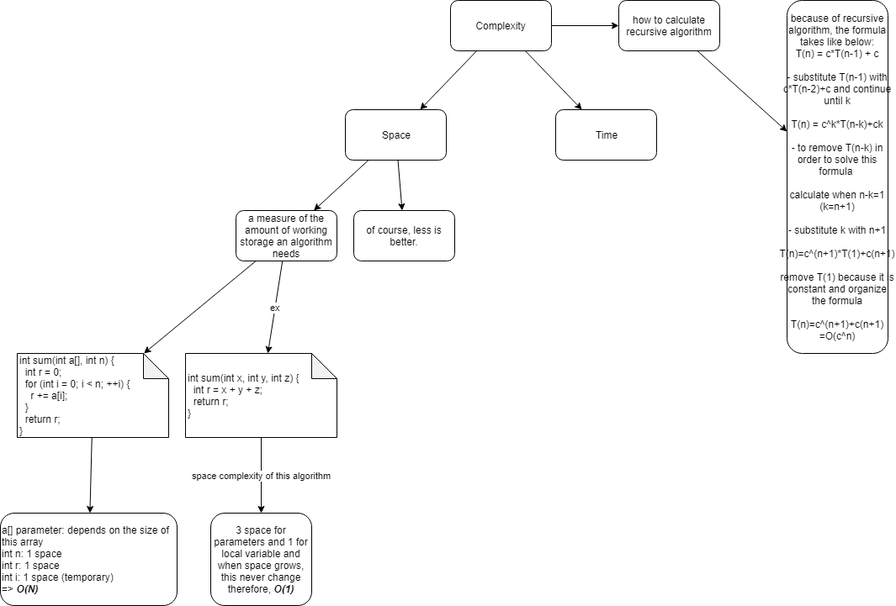
This is Time_Space_Complexity.PNG from stsiwo/data_structures_and_algorithm, a draw.io export, as it was before one commit. Source tidied: cells renumbered, new cells last; positions are measured from the earlier drawing's top-left corner, leaving out a move shared by most shapes.
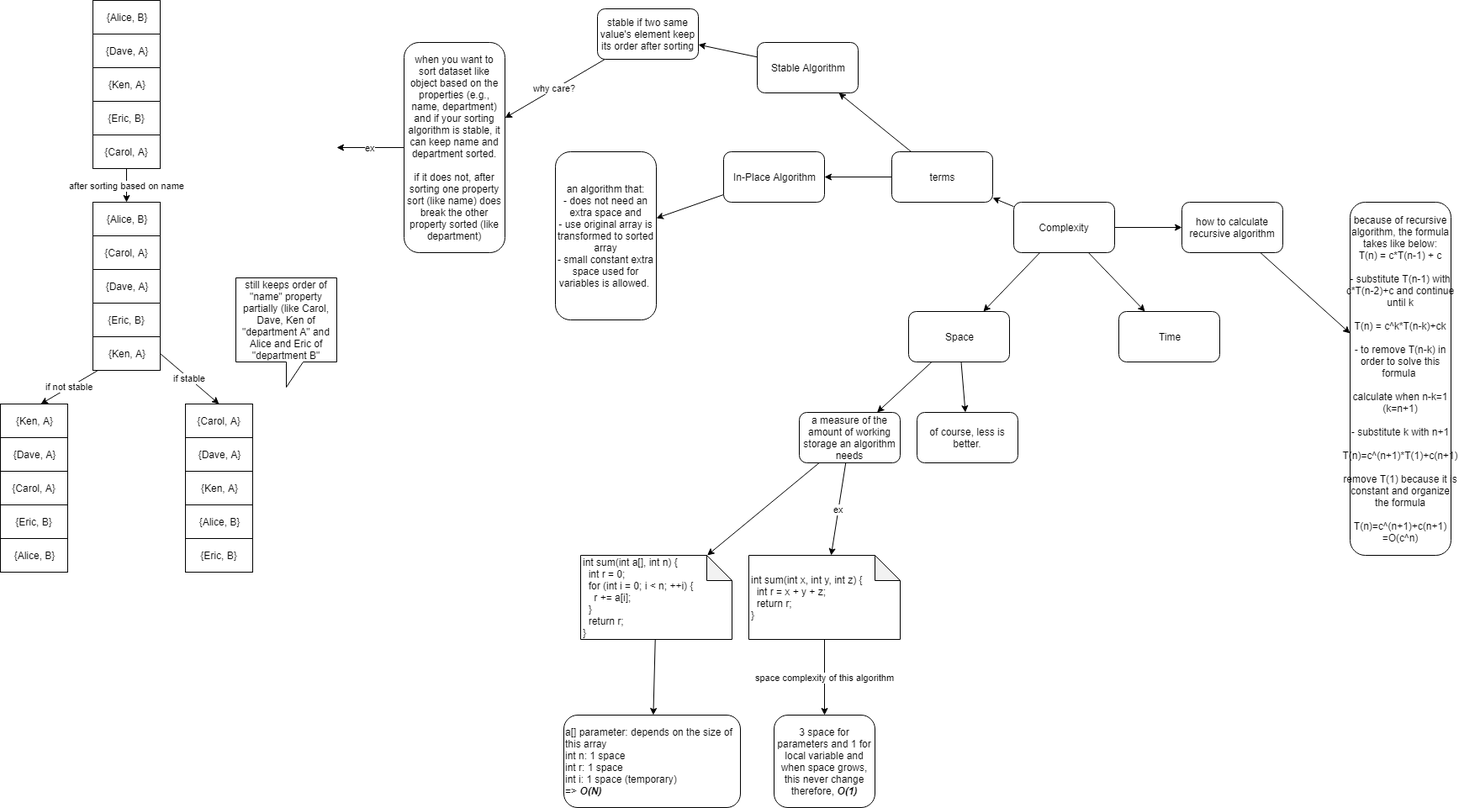
The same diagram one commit later.

What changed in the source:
```diff
@@ -11,9 +11,50 @@
     <mxCell id="4" style="edgeStyle=none;rounded=0;jettySize=auto;html=1;" parent="1" edge="1" source="5" target="7">
       <mxGeometry relative="1" as="geometry" />
     </mxCell>
+    <mxCell id="23" style="edgeStyle=none;rounded=0;jettySize=auto;html=1;" parent="1" edge="1" source="5" target="26">
+      <mxGeometry relative="1" as="geometry" />
+    </mxCell>
     <mxCell id="5" value="Complexity" style="rounded=1;whiteSpace=wrap;html=1;" parent="1" vertex="1">
       <mxGeometry x="535" width="120" height="60" as="geometry" />
     </mxCell>
+    <mxCell id="24" style="edgeStyle=none;rounded=0;jettySize=auto;html=1;" parent="1" edge="1" source="26" target="34">
+      <mxGeometry relative="1" as="geometry" />
+    </mxCell>
+    <mxCell id="25" style="edgeStyle=none;rounded=0;jettySize=auto;html=1;" parent="1" edge="1" source="26" target="28">
+      <mxGeometry relative="1" as="geometry" />
+    </mxCell>
+    <mxCell id="26" value="terms" style="rounded=1;whiteSpace=wrap;html=1;" parent="1" vertex="1">
+      <mxGeometry x="390" y="-60" width="120" height="60" as="geometry" />
+    </mxCell>
+    <mxCell id="27" style="edgeStyle=none;rounded=0;jettySize=auto;html=1;" parent="1" edge="1" source="28" target="30">
+      <mxGeometry relative="1" as="geometry" />
+    </mxCell>
+    <mxCell id="28" value="Stable Algorithm" style="rounded=1;whiteSpace=wrap;html=1;" parent="1" vertex="1">
+      <mxGeometry x="230" y="-190" width="120" height="60" as="geometry" />
+    </mxCell>
+    <mxCell id="29" value="why care?" style="edgeStyle=none;rounded=0;jettySize=auto;html=1;" parent="1" edge="1" source="30" target="32">
+      <mxGeometry relative="1" as="geometry" />
+    </mxCell>
+    <mxCell id="30" value="stable if two same value's element keep its order after sorting" style="rounded=1;whiteSpace=wrap;html=1;" parent="1" vertex="1">
+      <mxGeometry x="40" y="-230" width="120" height="60" as="geometry" />
+    </mxCell>
+    <mxCell id="31" value="ex" style="edgeStyle=none;rounded=0;jettySize=auto;html=1;" parent="1" edge="1" source="32">
+      <mxGeometry relative="1" as="geometry">
+        <mxPoint x="-270" y="-65" as="targetPoint" />
+      </mxGeometry>
+    </mxCell>
+    <mxCell id="32" value="when you want to sort dataset like object based on the properties (e.g., name, department) and if your sorting algorithm is stable, it can keep name and department sorted.&lt;br&gt;&lt;br&gt;if it does not, after sorting one property sort (like name) does break the other property sorted (like department)" style="rounded=1;whiteSpace=wrap;html=1;" parent="1" vertex="1">
+      <mxGeometry x="-190" y="-190" width="120" height="250" as="geometry" />
+    </mxCell>
+    <mxCell id="33" style="edgeStyle=none;rounded=0;jettySize=auto;html=1;" parent="1" edge="1" source="34" target="35">
+      <mxGeometry relative="1" as="geometry" />
+    </mxCell>
+    <mxCell id="34" value="In-Place Algorithm" style="rounded=1;whiteSpace=wrap;html=1;" parent="1" vertex="1">
+      <mxGeometry x="190" y="-60" width="120" height="60" as="geometry" />
+    </mxCell>
+    <mxCell id="35" value="an algorithm that:&lt;br&gt;- does not need an extra space and&lt;br&gt;- use original array is transformed to sorted array&lt;br&gt;- small constant extra space used for variables is allowed.&amp;nbsp;" style="rounded=1;whiteSpace=wrap;html=1;" parent="1" vertex="1">
+      <mxGeometry x="-10" y="-60" width="120" height="200" as="geometry" />
+    </mxCell>
     <mxCell id="6" style="edgeStyle=none;rounded=0;jettySize=auto;html=1;" parent="1" edge="1" source="7" target="8">
       <mxGeometry relative="1" as="geometry" />
     </mxCell>
@@ -65,5 +106,77 @@
     <mxCell id="22" value="&lt;div style=&quot;text-align: left&quot;&gt;&lt;span&gt;a[] parameter: depends on the size of this array&lt;/span&gt;&lt;/div&gt;&lt;div style=&quot;text-align: left&quot;&gt;&lt;span&gt;int n: 1 space&lt;/span&gt;&lt;/div&gt;&lt;div style=&quot;text-align: left&quot;&gt;&lt;span&gt;int r: 1 space&lt;/span&gt;&lt;/div&gt;&lt;div style=&quot;text-align: left&quot;&gt;&lt;span&gt;int i: 1 space (temporary)&amp;nbsp;&lt;/span&gt;&lt;/div&gt;&lt;div style=&quot;text-align: left&quot;&gt;&lt;span&gt;=&amp;gt; &lt;b&gt;&lt;i&gt;O(N)&lt;/i&gt;&lt;/b&gt;&lt;/span&gt;&lt;/div&gt;" style="rounded=1;whiteSpace=wrap;html=1;" parent="1" vertex="1">
       <mxGeometry y="610" width="210" height="110" as="geometry" />
     </mxCell>
+    <mxCell id="36" value="{Alice, B}" style="rounded=0;whiteSpace=wrap;html=1;" parent="1" vertex="1">
+      <mxGeometry x="-560" y="-240" width="80" height="40" as="geometry" />
+    </mxCell>
+    <mxCell id="37" value="{Dave, A}" style="rounded=0;whiteSpace=wrap;html=1;" parent="1" vertex="1">
+      <mxGeometry x="-560" y="-200" width="80" height="40" as="geometry" />
+    </mxCell>
+    <mxCell id="38" value="{Ken, A}" style="rounded=0;whiteSpace=wrap;html=1;" parent="1" vertex="1">
+      <mxGeometry x="-560" y="-160" width="80" height="40" as="geometry" />
+    </mxCell>
+    <mxCell id="39" value="{Eric, B}" style="rounded=0;whiteSpace=wrap;html=1;" parent="1" vertex="1">
+      <mxGeometry x="-560" y="-120" width="80" height="40" as="geometry" />
+    </mxCell>
+    <mxCell id="40" value="after sorting based on name" style="edgeStyle=none;rounded=0;jettySize=auto;html=1;" parent="1" edge="1" source="41" target="42">
+      <mxGeometry relative="1" as="geometry" />
+    </mxCell>
+    <mxCell id="41" value="{Carol, A}" style="rounded=0;whiteSpace=wrap;html=1;" parent="1" vertex="1">
+      <mxGeometry x="-560" y="-80" width="80" height="40" as="geometry" />
+    </mxCell>
+    <mxCell id="42" value="{Alice, B}" style="rounded=0;whiteSpace=wrap;html=1;" parent="1" vertex="1">
+      <mxGeometry x="-560" width="80" height="40" as="geometry" />
+    </mxCell>
+    <mxCell id="43" value="if stable" style="edgeStyle=none;rounded=0;jettySize=auto;html=1;entryX=0.5;entryY=0;entryDx=0;entryDy=0;exitX=1;exitY=0.5;exitDx=0;exitDy=0;" parent="1" edge="1" source="46" target="53">
+      <mxGeometry relative="1" as="geometry" />
+    </mxCell>
+    <mxCell id="44" value="{Dave, A}" style="rounded=0;whiteSpace=wrap;html=1;" parent="1" vertex="1">
+      <mxGeometry x="-560" y="80" width="80" height="40" as="geometry" />
+    </mxCell>
+    <mxCell id="45" value="if not stable" style="edgeStyle=none;rounded=0;jettySize=auto;html=1;entryX=0.6;entryY=0;entryDx=0;entryDy=0;entryPerimeter=0;" parent="1" edge="1" source="46" target="57">
+      <mxGeometry relative="1" as="geometry" />
+    </mxCell>
+    <mxCell id="46" value="{Ken, A}" style="rounded=0;whiteSpace=wrap;html=1;" parent="1" vertex="1">
+      <mxGeometry x="-560" y="160" width="80" height="40" as="geometry" />
+    </mxCell>
+    <mxCell id="47" value="{Eric, B}" style="rounded=0;whiteSpace=wrap;html=1;" parent="1" vertex="1">
+      <mxGeometry x="-560" y="120" width="80" height="40" as="geometry" />
+    </mxCell>
+    <mxCell id="48" value="{Carol, A}" style="rounded=0;whiteSpace=wrap;html=1;" parent="1" vertex="1">
+      <mxGeometry x="-560" y="40" width="80" height="40" as="geometry" />
+    </mxCell>
+    <mxCell id="49" value="{Alice, B}" style="rounded=0;whiteSpace=wrap;html=1;" parent="1" vertex="1">
+      <mxGeometry x="-450" y="360" width="80" height="40" as="geometry" />
+    </mxCell>
+    <mxCell id="50" value="{Dave, A}" style="rounded=0;whiteSpace=wrap;html=1;" parent="1" vertex="1">
+      <mxGeometry x="-450" y="280" width="80" height="40" as="geometry" />
+    </mxCell>
+    <mxCell id="51" value="{Ken, A}" style="rounded=0;whiteSpace=wrap;html=1;" parent="1" vertex="1">
+      <mxGeometry x="-450" y="320" width="80" height="40" as="geometry" />
+    </mxCell>
+    <mxCell id="52" value="{Eric, B}" style="rounded=0;whiteSpace=wrap;html=1;" parent="1" vertex="1">
+      <mxGeometry x="-450" y="400" width="80" height="40" as="geometry" />
+    </mxCell>
+    <mxCell id="53" value="{Carol, A}" style="rounded=0;whiteSpace=wrap;html=1;" parent="1" vertex="1">
+      <mxGeometry x="-450" y="240" width="80" height="40" as="geometry" />
+    </mxCell>
+    <mxCell id="54" value="still keeps order of &quot;name&quot; property partially (like Carol, Dave, Ken of &quot;department A&quot; and Alice and Eric of &quot;department B&quot;" style="shape=callout;whiteSpace=wrap;html=1;perimeter=calloutPerimeter;rotation=0;" parent="1" vertex="1">
+      <mxGeometry x="-390" y="90" width="120" height="130" as="geometry" />
+    </mxCell>
+    <mxCell id="55" value="{Alice, B}" style="rounded=0;whiteSpace=wrap;html=1;" parent="1" vertex="1">
+      <mxGeometry x="-670" y="400" width="80" height="40" as="geometry" />
+    </mxCell>
+    <mxCell id="56" value="{Dave, A}" style="rounded=0;whiteSpace=wrap;html=1;" parent="1" vertex="1">
+      <mxGeometry x="-670" y="280" width="80" height="40" as="geometry" />
+    </mxCell>
+    <mxCell id="57" value="{Ken, A}" style="rounded=0;whiteSpace=wrap;html=1;" parent="1" vertex="1">
+      <mxGeometry x="-670" y="240" width="80" height="40" as="geometry" />
+    </mxCell>
+    <mxCell id="58" value="{Eric, B}" style="rounded=0;whiteSpace=wrap;html=1;" parent="1" vertex="1">
+      <mxGeometry x="-670" y="360" width="80" height="40" as="geometry" />
+    </mxCell>
+    <mxCell id="59" value="{Carol, A}" style="rounded=0;whiteSpace=wrap;html=1;" parent="1" vertex="1">
+      <mxGeometry x="-670" y="320" width="80" height="40" as="geometry" />
+    </mxCell>
   </root>
 </mxGraphModel>
```
